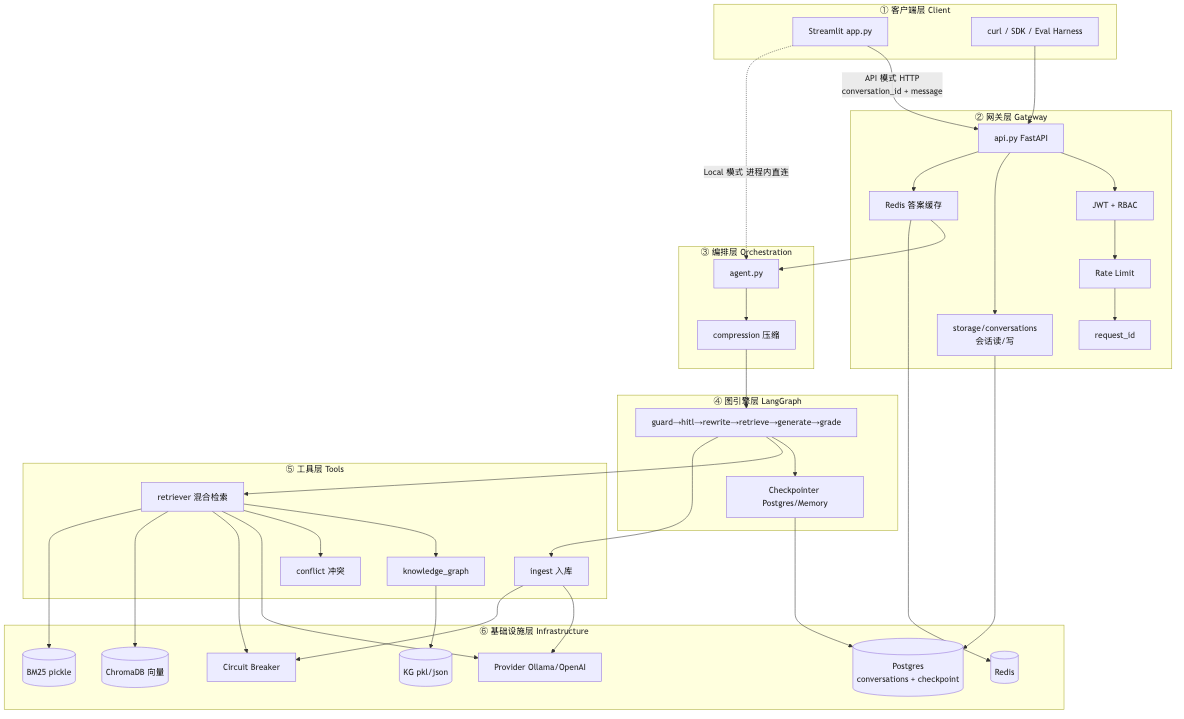
Earlier version of the Mermaid export project_00_rag_agent/docs/diagrams/01_layers_overview.png (charlie-chann/ai-agent-langgraph-main). Its source is kept beside it as project_00_rag_agent/docs/diagrams/source/01_layers_overview.mmd.
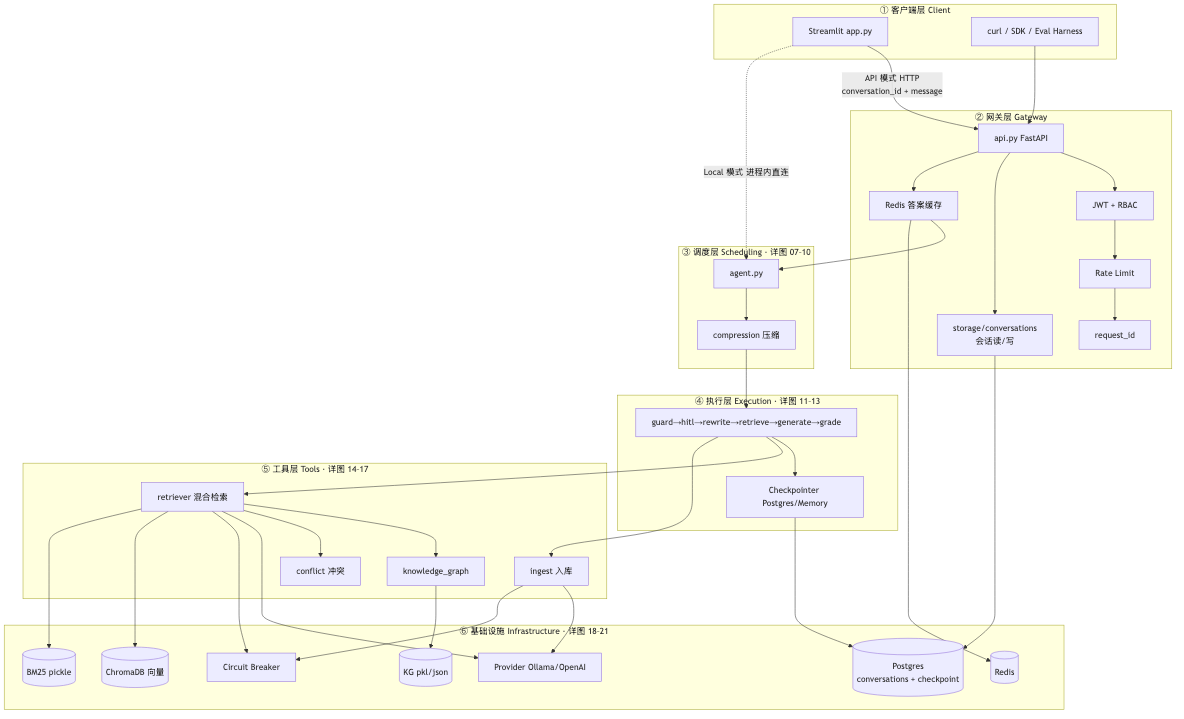
After the change.

Diff of the diagram source:
```diff
@@ -13,24 +13,24 @@
         CONV[storage/conversations<br/>会话读/写]
     end
 
-    subgraph L3["③ 编排层 Orchestration"]
+    subgraph L3["③ 调度层 Scheduling · 详图 07–10"]
         AGENT[agent.py]
         COMP[compression 压缩]
     end
 
-    subgraph L4["④ 图引擎层 LangGraph"]
+    subgraph L4["④ 执行层 Execution · 详图 11–13"]
         GRAPH[guard→hitl→rewrite→retrieve→generate→grade]
         CP[Checkpointer Postgres/Memory]
     end
 
-    subgraph L5["⑤ 工具层 Tools"]
+    subgraph L5["⑤ 工具层 Tools · 详图 14–17"]
         RET[retriever 混合检索]
         ING[ingest 入库]
         KG[knowledge_graph]
         CONF[conflict 冲突]
     end
 
-    subgraph L6["⑥ 基础设施层 Infrastructure"]
+    subgraph L6["⑥ 基础设施 Infrastructure · 详图 18–21"]
         PROV[Provider Ollama/OpenAI]
         CB[Circuit Breaker]
         CHROMA[(ChromaDB 向量)]
```
